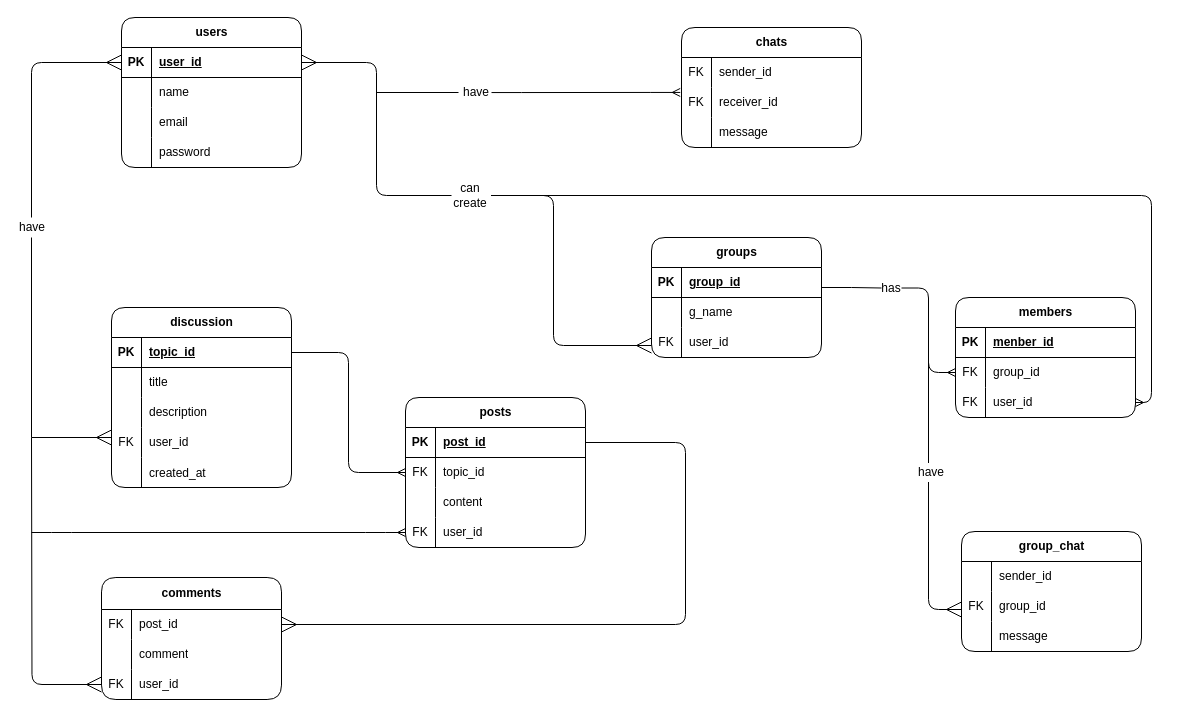
Above: page "Page-2" (2 of 3) of Er.drawio in chetan-v/check (draw.io), before the change. Source tidied: cells renumbered, new cells numbered last; positions are measured from the earlier drawing's top-left corner, leaving out a move shared by most shapes. Both pictures are drawn from the tidied source at 100%, with x=0, y=0 at pixel (31, 17).
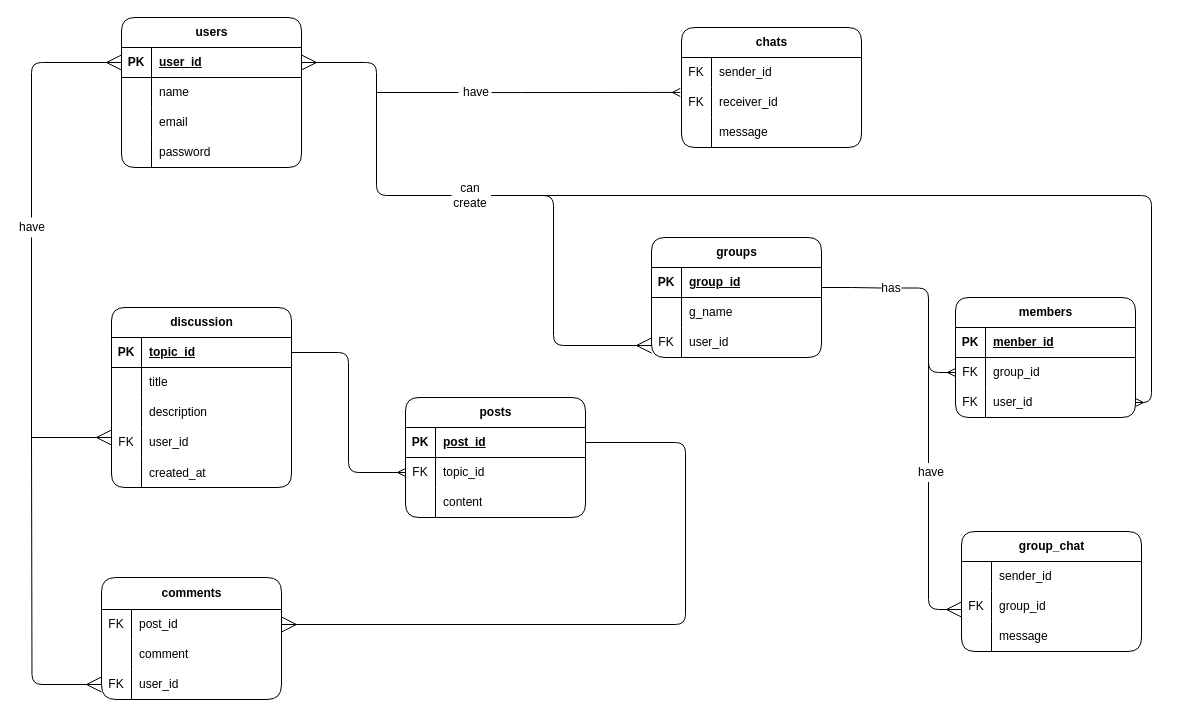
After the change.

The edit, as a diff of the source:
```diff
@@
     <mxCell id="84" value="posts" style="shape=table;startSize=30;childLayout=tableLayout;rowLines=0;fontStyle=1;align=center;html=1;rounded=1;" parent="1" vertex="1">
-      <mxGeometry x="374" y="380" width="180" height="150" as="geometry" />
+      <mxGeometry x="374" y="380" width="180" height="120" as="geometry" />
     </mxCell>
@@
-    <mxCell id="94" style="shape=tableRow;horizontal=0;startSize=0;swimlaneHead=0;swimlaneBody=0;fillColor=none;points=[[0,0.5],[1,0.5]];portConstraint=eastwest;top=0;left=0;right=0;bottom=0;" parent="84" vertex="1">
-      <mxGeometry y="120" width="180" height="30" as="geometry" />
-    </mxCell>
-    <mxCell id="95" value="FK" style="shape=partialRectangle;fillColor=none;top=0;left=0;bottom=0;right=0;overflow=hidden;whiteSpace=wrap;html=1;" parent="94" vertex="1">
-      <mxGeometry width="30" height="30" as="geometry" />
-    </mxCell>
-    <mxCell id="96" value="user_id" style="shape=partialRectangle;fillColor=none;top=0;left=0;bottom=0;right=0;align=left;spacingLeft=6;overflow=hidden;whiteSpace=wrap;html=1;" parent="94" vertex="1">
-      <mxGeometry x="30" width="150" height="30" as="geometry" />
-    </mxCell>
@@
-    <mxCell id="111" style="edgeStyle=entityRelationEdgeStyle;fontSize=12;html=1;endArrow=ERmany;rounded=1;entryX=0;entryY=0.5;entryDx=0;entryDy=0;" parent="1" edge="1" target="94">
-      <mxGeometry relative="1" as="geometry">
-        <mxPoint y="515" as="sourcePoint" />
-      </mxGeometry>
-    </mxCell>
```
